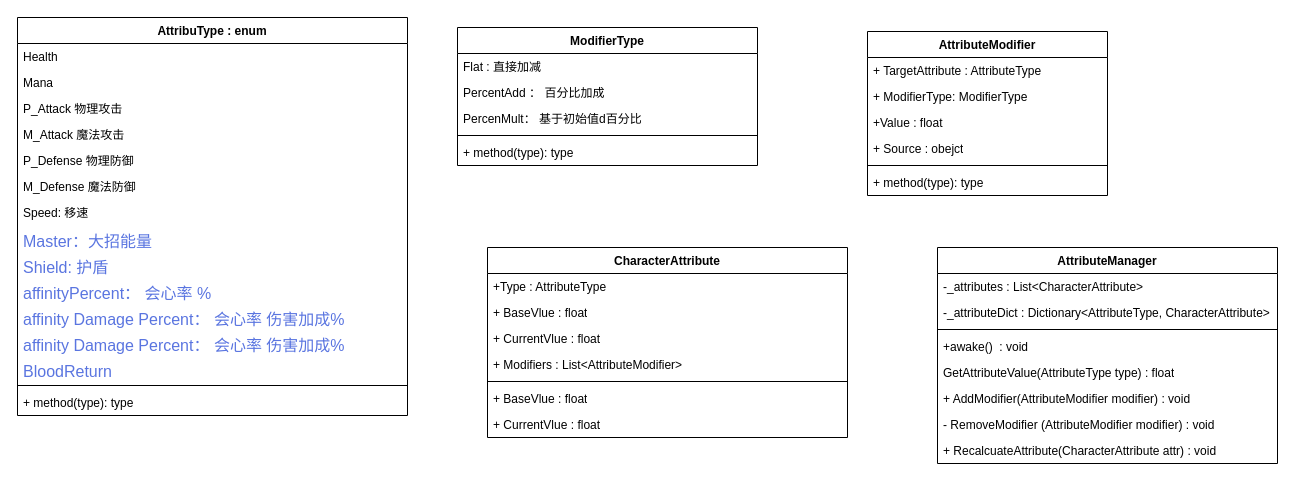
Above: attribute.drawio in QAQSly/QAQSly (draw.io), before the change. Source tidied: cells renumbered, new cells numbered last; positions are measured from the earlier drawing's top-left corner, leaving out a move shared by most shapes. Both pictures are drawn from the tidied source at 100%, with x=0, y=0 at pixel (17, 17).
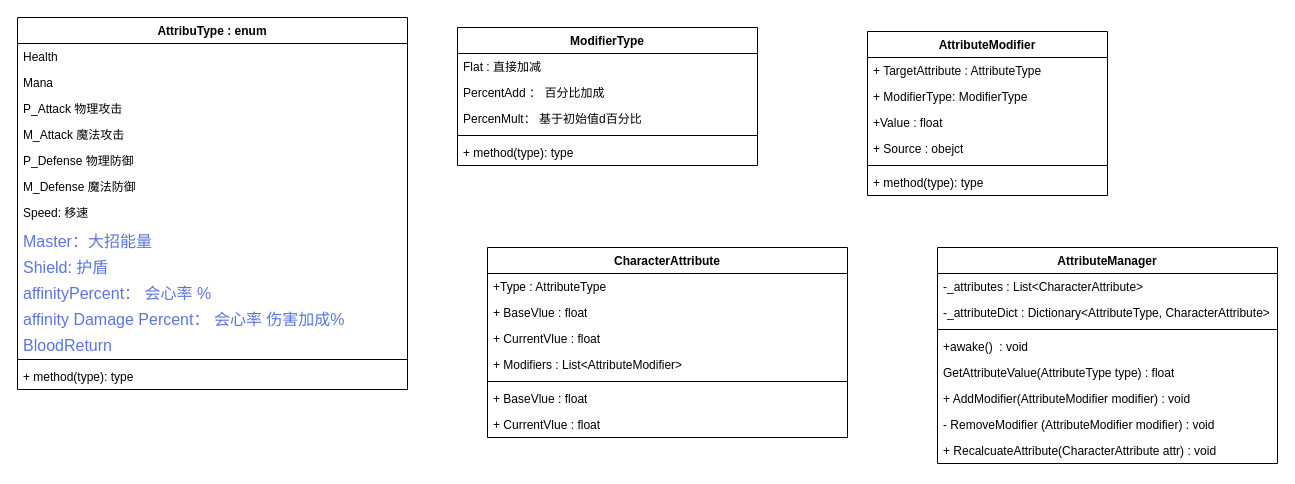
After the change.

Change to the diagram source:
```diff
@@
     <mxCell id="2" value="AttribuType : enum" style="swimlane;fontStyle=1;align=center;verticalAlign=top;horizontal=1;startSize=26;whiteSpace=wrap;html=1;" parent="1" vertex="1">
-      <mxGeometry width="390" height="398" as="geometry" />
+      <mxGeometry width="390" height="372" as="geometry" />
     </mxCell>
@@
-    <mxCell id="13" value="&lt;font face=&quot;PingFangSC-Regular, Microsoft YaHei, Segoe&amp;nbsp;UI&amp;nbsp;Variable&amp;nbsp;Static&amp;nbsp;Display&quot; color=&quot;#5a75e0&quot;&gt;&lt;span style=&quot;font-size: 16px; background-color: rgb(255, 255, 255);&quot;&gt;affinity Damage Percent： 会心率 伤害加成%&lt;/span&gt;&lt;/font&gt;" style="text;strokeColor=none;fillColor=none;align=left;verticalAlign=top;spacingLeft=4;spacingRight=4;overflow=hidden;whiteSpace=wrap;html=1;" parent="2" vertex="1">
-      <mxGeometry y="286" width="390" height="26" as="geometry" />
-    </mxCell>
     <mxCell id="14" value="&lt;font face=&quot;PingFangSC-Regular, Microsoft YaHei, Segoe&amp;nbsp;UI&amp;nbsp;Variable&amp;nbsp;Static&amp;nbsp;Display&quot; color=&quot;#5a75e0&quot;&gt;&lt;span style=&quot;font-size: 16px; background-color: rgb(255, 255, 255);&quot;&gt;affinity Damage Percent： 会心率 伤害加成%&lt;/span&gt;&lt;/font&gt;" style="text;strokeColor=none;fillColor=none;align=left;verticalAlign=top;spacingLeft=4;spacingRight=4;overflow=hidden;whiteSpace=wrap;html=1;" parent="2" vertex="1">
-      <mxGeometry y="312" width="390" height="26" as="geometry" />
+      <mxGeometry y="286" width="390" height="26" as="geometry" />
     </mxCell>
     <mxCell id="15" value="&lt;font face=&quot;PingFangSC-Regular, Microsoft YaHei, Segoe&amp;nbsp;UI&amp;nbsp;Variable&amp;nbsp;Static&amp;nbsp;Display&quot; color=&quot;#5a75e0&quot;&gt;&lt;span style=&quot;font-size: 16px; background-color: rgb(255, 255, 255);&quot;&gt;BloodReturn&lt;/span&gt;&lt;/font&gt;" style="text;strokeColor=none;fillColor=none;align=left;verticalAlign=top;spacingLeft=4;spacingRight=4;overflow=hidden;whiteSpace=wrap;html=1;" parent="2" vertex="1">
-      <mxGeometry y="338" width="390" height="26" as="geometry" />
+      <mxGeometry y="312" width="390" height="26" as="geometry" />
     </mxCell>
     <mxCell id="16" style="line;strokeWidth=1;fillColor=none;align=left;verticalAlign=middle;spacingTop=-1;spacingLeft=3;spacingRight=3;labelPosition=right;strokeColor=inherit;" parent="2" vertex="1">
-      <mxGeometry y="364" width="390" height="8" as="geometry" />
+      <mxGeometry y="338" width="390" height="8" as="geometry" />
     </mxCell>
     <mxCell id="17" value="+ method(type): type" style="text;strokeColor=none;fillColor=none;align=left;verticalAlign=top;spacingLeft=4;spacingRight=4;overflow=hidden;whiteSpace=wrap;html=1;" parent="2" vertex="1">
-      <mxGeometry y="372" width="390" height="26" as="geometry" />
+      <mxGeometry y="346" width="390" height="26" as="geometry" />
     </mxCell>
```
